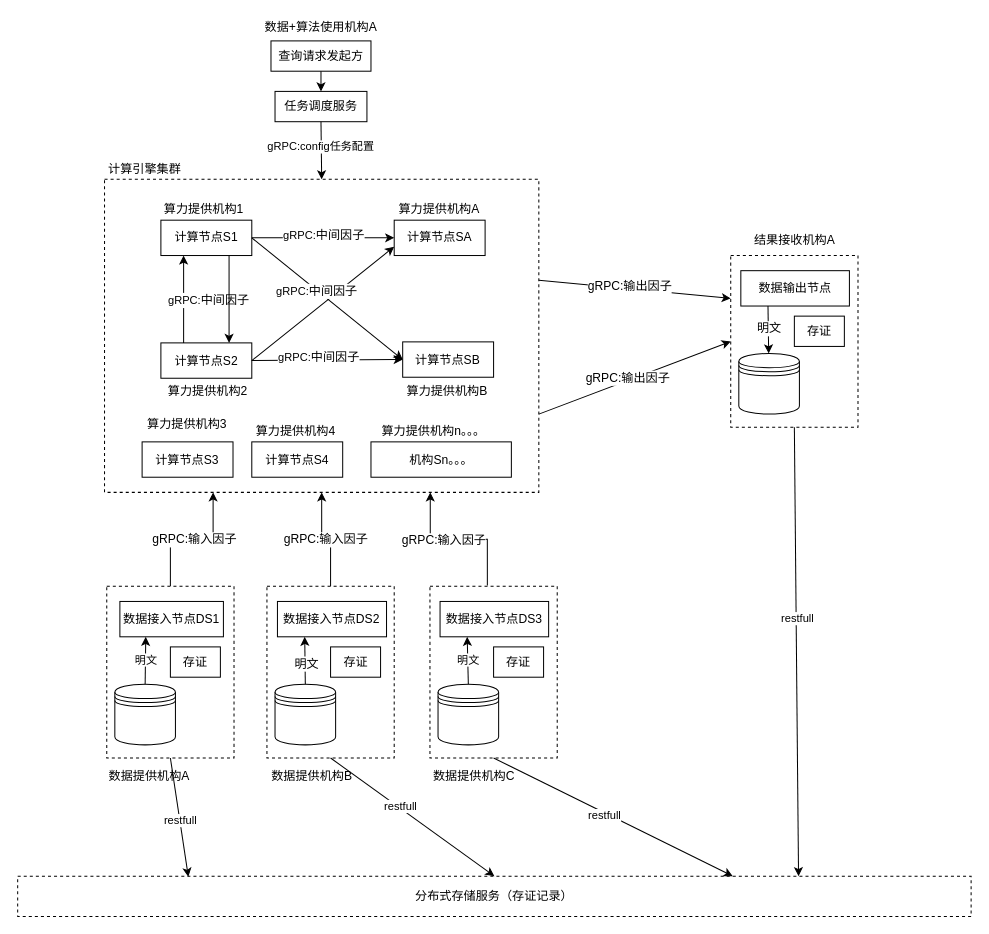
This is huifeng_deploy.drawio from yankaili2006/drawing_io, a draw.io file, before an edit. Source tidied: cells renumbered, new cells numbered last; positions are measured from the earlier drawing's top-left corner, leaving out a move shared by most shapes. Both pictures are drawn from the tidied source at 101%, with x=0, y=0 at pixel (17, 17).
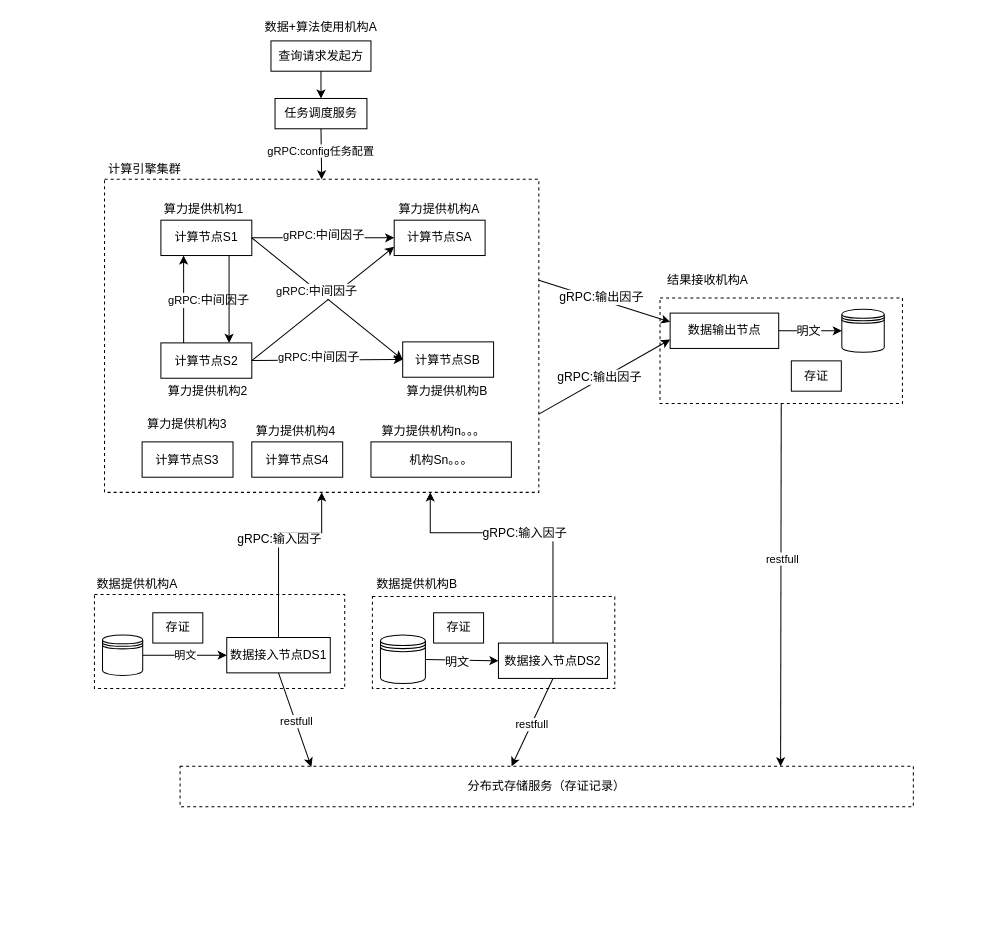
The same page after the edit.

The change refers to these unchanged cells:
```xml
<mxCell id="3" style="rounded=0;whiteSpace=wrap;html=1;fillColor=none;labelPosition=center;verticalLabelPosition=middle;align=center;verticalAlign=middle;dashed=1;" parent="1" vertex="1">
  <mxGeometry x="86" y="160" width="430" height="310" as="geometry" />
</mxCell>
```

Change to the diagram source:
```diff
@@
     <mxCell id="2" style="rounded=0;whiteSpace=wrap;html=1;dashed=1;" parent="1" vertex="1">
-      <mxGeometry x="246.8" y="563" width="126" height="170" as="geometry" />
+      <mxGeometry x="351.2" y="573.2" width="240" height="91" as="geometry" />
     </mxCell>
+    <mxCell id="38" style="rounded=0;whiteSpace=wrap;html=1;dashed=1;" parent="1" vertex="1">
+      <mxGeometry x="76" y="571.2" width="247.8" height="93" as="geometry" />
+    </mxCell>
+    <mxCell id="53" style="rounded=0;whiteSpace=wrap;html=1;dashed=1;" parent="1" vertex="1">
+      <mxGeometry x="636" y="277.5" width="240" height="104.5" as="geometry" />
+    </mxCell>
@@
-    <mxCell id="5" style="edgeStyle=orthogonalEdgeStyle;rounded=0;jettySize=auto;html=1;entryX=0.25;entryY=1;entryDx=0;entryDy=0;exitX=0.5;exitY=0;exitDx=0;exitDy=0;" parent="1" edge="1" source="38" target="3">
-      <mxGeometry relative="1" as="geometry" />
+    <mxCell id="5" style="edgeStyle=orthogonalEdgeStyle;rounded=0;jettySize=auto;html=1;entryX=0.5;entryY=1;entryDx=0;entryDy=0;exitX=0.5;exitY=0;exitDx=0;exitDy=0;" parent="1" edge="1" source="39" target="3">
+      <mxGeometry relative="1" as="geometry">
+        <Array as="points">
+          <mxPoint x="258" y="510" />
+          <mxPoint x="301" y="510" />
+        </Array>
+      </mxGeometry>
     </mxCell>
@@
     <mxCell id="7" value="数据接入节点DS2" style="rounded=0;whiteSpace=wrap;html=1;" parent="1" vertex="1">
-      <mxGeometry x="257.2" y="578" width="108" height="35" as="geometry" />
+      <mxGeometry x="476" y="619.2" width="108" height="35" as="geometry" />
     </mxCell>
     <mxCell id="8" value="任务调度服务" style="rounded=0;whiteSpace=wrap;html=1;" parent="1" vertex="1">
-      <mxGeometry x="254.8" y="73" width="91" height="30" as="geometry" />
+      <mxGeometry x="254.8" y="80" width="91" height="30" as="geometry" />
     </mxCell>
-    <mxCell id="9" style="edgeStyle=orthogonalEdgeStyle;rounded=0;jettySize=auto;html=1;entryX=0.75;entryY=1;entryDx=0;entryDy=0;exitX=0.451;exitY=-0.004;exitDx=0;exitDy=0;exitPerimeter=0;" parent="1" edge="1" source="44" target="3">
-      <mxGeometry relative="1" as="geometry" />
-    </mxCell>
-    <mxCell id="10" value="gRPC:输入因子" style="text;html=1;align=center;verticalAlign=middle;labelBackgroundColor=#ffffff;" parent="9" vertex="1">
-      <mxGeometry x="0.19" y="1" relative="1" as="geometry" />
-    </mxCell>
@@
-    <mxCell id="14" style="endArrow=classic;html=1;entryX=0;entryY=0.5;entryDx=0;entryDy=0;exitX=1;exitY=0.75;exitDx=0;exitDy=0;" parent="1" edge="1" source="3" target="53">
+    <mxCell id="14" style="endArrow=classic;html=1;entryX=0;entryY=0.75;entryDx=0;entryDy=0;exitX=1;exitY=0.75;exitDx=0;exitDy=0;" parent="1" edge="1" source="3" target="54">
       <mxGeometry relative="1" as="geometry" />
     </mxCell>
@@
     <mxCell id="16" value="存证" style="rounded=0;whiteSpace=wrap;html=1;fillColor=none;" parent="1" vertex="1">
-      <mxGeometry x="309.8" y="623" width="49.5" height="30" as="geometry" />
+      <mxGeometry x="411.8" y="589.2" width="49.5" height="30" as="geometry" />
     </mxCell>
@@
     <mxCell id="35" style="shape=datastore;whiteSpace=wrap;html=1;" parent="1" vertex="1">
-      <mxGeometry x="254.8" y="660" width="60" height="60" as="geometry" />
+      <mxGeometry x="359.2" y="611.2" width="44.5" height="48" as="geometry" />
     </mxCell>
-    <mxCell id="36" style="endArrow=classic;html=1;exitX=0.5;exitY=0;exitDx=0;exitDy=0;entryX=0.25;entryY=1;entryDx=0;entryDy=0;" parent="1" edge="1" source="35" target="7">
+    <mxCell id="36" style="endArrow=classic;html=1;entryX=0;entryY=0.5;entryDx=0;entryDy=0;" parent="1" edge="1" source="35" target="7">
       <mxGeometry relative="1" as="geometry" />
     </mxCell>
@@
-    <mxCell id="38" style="rounded=0;whiteSpace=wrap;html=1;dashed=1;" parent="1" vertex="1">
-      <mxGeometry x="88.2" y="563" width="126" height="170" as="geometry" />
-    </mxCell>
     <mxCell id="39" value="数据接入节点DS1" style="rounded=0;whiteSpace=wrap;html=1;" parent="1" vertex="1">
-      <mxGeometry x="101.2" y="578" width="102.5" height="35" as="geometry" />
+      <mxGeometry x="207" y="613.7" width="102.5" height="35" as="geometry" />
     </mxCell>
     <mxCell id="40" value="存证" style="rounded=0;whiteSpace=wrap;html=1;fillColor=none;" parent="1" vertex="1">
-      <mxGeometry x="151.2" y="623" width="49.5" height="30" as="geometry" />
+      <mxGeometry x="133.8" y="589.2" width="49.5" height="30" as="geometry" />
     </mxCell>
     <mxCell id="41" style="shape=datastore;whiteSpace=wrap;html=1;" parent="1" vertex="1">
-      <mxGeometry x="96.2" y="660" width="60" height="60" as="geometry" />
+      <mxGeometry x="84" y="611.2" width="39.8" height="40" as="geometry" />
     </mxCell>
-    <mxCell id="42" value="明文" style="endArrow=classic;html=1;exitX=0.5;exitY=0;exitDx=0;exitDy=0;entryX=0.25;entryY=1;entryDx=0;entryDy=0;" parent="1" edge="1" source="41" target="39">
+    <mxCell id="42" value="明文" style="endArrow=classic;html=1;exitX=1;exitY=0.5;exitDx=0;exitDy=0;entryX=0;entryY=0.5;entryDx=0;entryDy=0;" parent="1" edge="1" source="41" target="39">
       <mxGeometry relative="1" as="geometry" />
     </mxCell>
     <mxCell id="43" value="数据提供机构A" style="text;html=1;strokeColor=none;fillColor=none;align=center;verticalAlign=middle;whiteSpace=wrap;rounded=0;" parent="1" vertex="1">
-      <mxGeometry x="88.2" y="741" width="84.8" height="20" as="geometry" />
+      <mxGeometry x="76" y="551.2" width="84.8" height="20" as="geometry" />
     </mxCell>
-    <mxCell id="44" style="rounded=0;whiteSpace=wrap;html=1;dashed=1;" parent="1" vertex="1">
-      <mxGeometry x="408.2" y="563" width="126" height="170" as="geometry" />
-    </mxCell>
-    <mxCell id="45" value="数据接入节点DS3" style="rounded=0;whiteSpace=wrap;html=1;" parent="1" vertex="1">
-      <mxGeometry x="418.2" y="578" width="107.5" height="35" as="geometry" />
-    </mxCell>
-    <mxCell id="46" value="存证" style="rounded=0;whiteSpace=wrap;html=1;fillColor=none;" parent="1" vertex="1">
-      <mxGeometry x="471.2" y="623" width="49.5" height="30" as="geometry" />
-    </mxCell>
-    <mxCell id="47" style="shape=datastore;whiteSpace=wrap;html=1;" parent="1" vertex="1">
-      <mxGeometry x="416.2" y="660" width="60" height="60" as="geometry" />
-    </mxCell>
-    <mxCell id="48" value="明文" style="endArrow=classic;html=1;exitX=0.5;exitY=0;exitDx=0;exitDy=0;entryX=0.25;entryY=1;entryDx=0;entryDy=0;" parent="1" edge="1" source="47" target="45">
-      <mxGeometry relative="1" as="geometry" />
-    </mxCell>
-    <mxCell id="49" value="数据提供机构C" style="text;html=1;strokeColor=none;fillColor=none;align=center;verticalAlign=middle;whiteSpace=wrap;rounded=0;" parent="1" vertex="1">
-      <mxGeometry x="408.2" y="741" width="87.8" height="20" as="geometry" />
-    </mxCell>
-    <mxCell id="50" style="edgeStyle=orthogonalEdgeStyle;rounded=0;jettySize=auto;html=1;entryX=0.5;entryY=1;entryDx=0;entryDy=0;" parent="1" edge="1" source="2" target="3">
-      <mxGeometry relative="1" as="geometry" />
+    <mxCell id="50" style="edgeStyle=orthogonalEdgeStyle;rounded=0;jettySize=auto;html=1;entryX=0.75;entryY=1;entryDx=0;entryDy=0;exitX=0.5;exitY=0;exitDx=0;exitDy=0;" parent="1" edge="1" source="7" target="3">
+      <mxGeometry relative="1" as="geometry">
+        <Array as="points">
+          <mxPoint x="530" y="510" />
+          <mxPoint x="409" y="510" />
+        </Array>
+      </mxGeometry>
     </mxCell>
@@
-    <mxCell id="53" style="rounded=0;whiteSpace=wrap;html=1;dashed=1;" parent="1" vertex="1">
-      <mxGeometry x="706" y="235.5" width="126" height="170" as="geometry" />
-    </mxCell>
     <mxCell id="54" value="数据输出节点" style="rounded=0;whiteSpace=wrap;html=1;" parent="1" vertex="1">
-      <mxGeometry x="716" y="250.5" width="107.5" height="35" as="geometry" />
+      <mxGeometry x="646" y="292.5" width="107.5" height="35" as="geometry" />
     </mxCell>
     <mxCell id="55" value="存证" style="rounded=0;whiteSpace=wrap;html=1;fillColor=none;" parent="1" vertex="1">
-      <mxGeometry x="769" y="295.5" width="49.5" height="30" as="geometry" />
+      <mxGeometry x="766" y="339.8" width="49.5" height="30" as="geometry" />
     </mxCell>
     <mxCell id="56" style="shape=datastore;whiteSpace=wrap;html=1;" parent="1" vertex="1">
-      <mxGeometry x="714" y="332.5" width="60" height="60" as="geometry" />
+      <mxGeometry x="816" y="288.8" width="42" height="42.5" as="geometry" />
     </mxCell>
-    <mxCell id="57" style="endArrow=classic;html=1;exitX=0.25;exitY=1;exitDx=0;exitDy=0;" parent="1" edge="1" source="54" target="56">
+    <mxCell id="57" style="endArrow=classic;html=1;exitX=1;exitY=0.5;exitDx=0;exitDy=0;" parent="1" edge="1" source="54" target="56">
       <mxGeometry relative="1" as="geometry" />
     </mxCell>
@@
     <mxCell id="59" value="结果接收机构A" style="text;html=1;strokeColor=none;fillColor=none;align=center;verticalAlign=middle;whiteSpace=wrap;rounded=0;" parent="1" vertex="1">
-      <mxGeometry x="721.8" y="210.5" width="94.5" height="20" as="geometry" />
+      <mxGeometry x="636" y="250" width="94.5" height="20" as="geometry" />
     </mxCell>
     <mxCell id="60" value="分布式存储服务（存证记录）" style="rounded=0;whiteSpace=wrap;html=1;dashed=1;" parent="1" vertex="1">
-      <mxGeometry y="850" width="944" height="40" as="geometry" />
+      <mxGeometry x="160.8" y="741.2" width="726" height="40" as="geometry" />
     </mxCell>
@@
-    <mxCell id="63" style="endArrow=classic;html=1;exitX=0.5;exitY=1;exitDx=0;exitDy=0;entryX=0.179;entryY=0.015;entryDx=0;entryDy=0;entryPerimeter=0;" parent="1" edge="1" source="38" target="60">
+    <mxCell id="63" style="endArrow=classic;html=1;exitX=0.5;exitY=1;exitDx=0;exitDy=0;entryX=0.179;entryY=0.015;entryDx=0;entryDy=0;entryPerimeter=0;" parent="1" edge="1" source="39" target="60">
       <mxGeometry relative="1" as="geometry" />
     </mxCell>
@@
-    <mxCell id="65" style="endArrow=classic;html=1;entryX=0.5;entryY=0;entryDx=0;entryDy=0;exitX=0.5;exitY=1;exitDx=0;exitDy=0;" parent="1" edge="1" source="2" target="60">
-      <mxGeometry relative="1" as="geometry" />
-    </mxCell>
-    <mxCell id="66" value="restfull" style="edgeLabel;html=1;align=center;verticalAlign=middle;" parent="65" vertex="1">
-      <mxGeometry x="-0.16" y="2" relative="1" as="geometry">
-        <mxPoint x="-1" as="offset" />
-      </mxGeometry>
-    </mxCell>
-    <mxCell id="67" style="endArrow=classic;html=1;entryX=0.75;entryY=0;entryDx=0;entryDy=0;exitX=0.5;exitY=1;exitDx=0;exitDy=0;" parent="1" edge="1" source="44" target="60">
-      <mxGeometry relative="1" as="geometry" />
-    </mxCell>
-    <mxCell id="68" value="restfull" style="edgeLabel;html=1;align=center;verticalAlign=middle;" parent="67" vertex="1">
-      <mxGeometry x="-0.07" y="-2" relative="1" as="geometry" />
-    </mxCell>
@@
-    <mxCell id="70" style="endArrow=classic;html=1;entryX=0;entryY=0.25;entryDx=0;entryDy=0;" parent="1" edge="1" target="53">
+    <mxCell id="70" style="endArrow=classic;html=1;entryX=0;entryY=0.25;entryDx=0;entryDy=0;" parent="1" edge="1" target="54">
       <mxGeometry relative="1" as="geometry">
         <mxPoint x="516" y="260" as="sourcePoint" />
       </mxGeometry>
     </mxCell>
@@
     <mxCell id="78" value="数据提供机构B" style="text;html=1;strokeColor=none;fillColor=none;align=center;verticalAlign=middle;whiteSpace=wrap;rounded=0;" parent="1" vertex="1">
-      <mxGeometry x="246.8" y="741" width="89.2" height="20" as="geometry" />
+      <mxGeometry x="351.2" y="551.2" width="89.2" height="20" as="geometry" />
     </mxCell>
+    <mxCell id="79" style="endArrow=classic;html=1;exitX=0.5;exitY=1;exitDx=0;exitDy=0;" parent="1" edge="1" source="7">
+      <mxGeometry relative="1" as="geometry">
+        <mxPoint x="489" y="741.2" as="targetPoint" />
+      </mxGeometry>
+    </mxCell>
+    <mxCell id="80" value="restfull" style="edgeLabel;html=1;align=center;verticalAlign=middle;" parent="79" vertex="1">
+      <mxGeometry x="0.04" relative="1" as="geometry" />
+    </mxCell>
```
